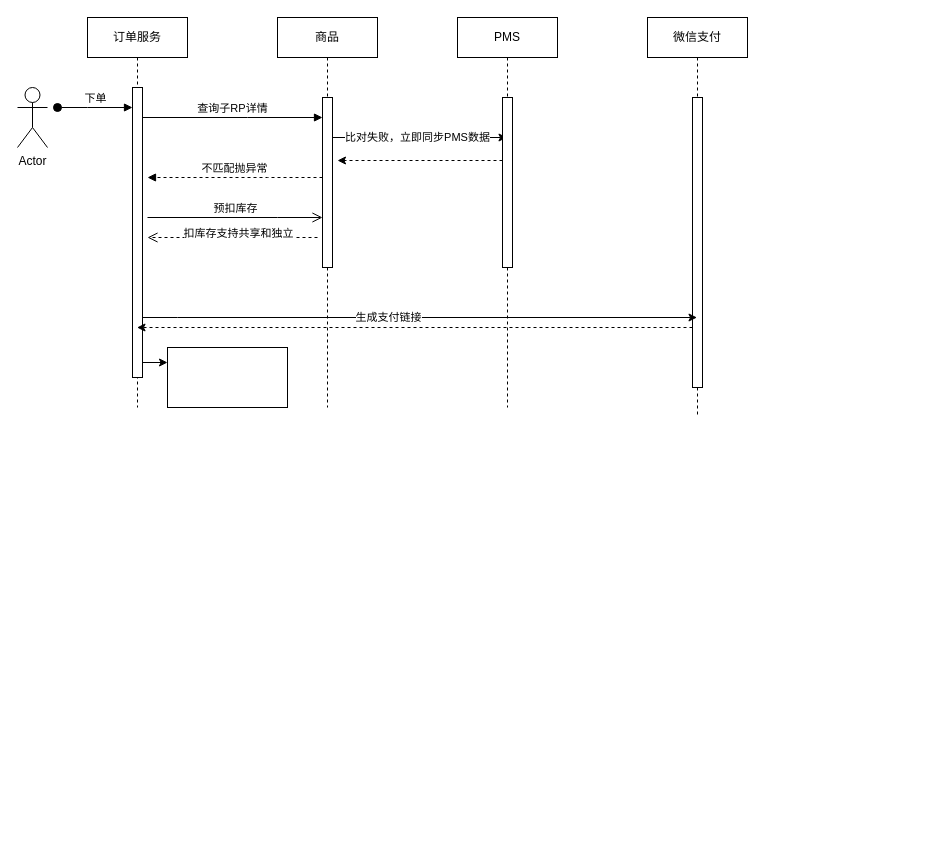
Earlier version of the draw.io diagram 酒店下单.drawio (scjakehuang/advanced-java). Source tidied: cells renumbered, new cells numbered last; positions are measured from the earlier drawing's top-left corner, leaving out a move shared by most shapes. Both pictures are drawn from the tidied source at 100%, with x=0, y=0 at pixel (17, 17).
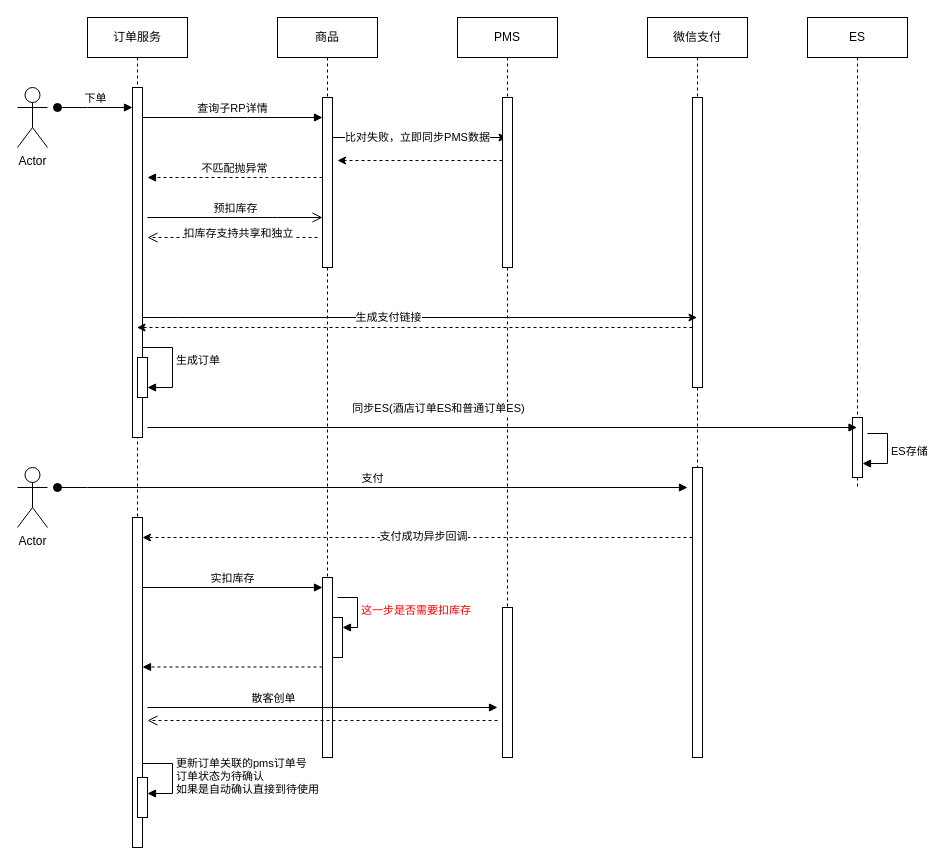
The same page after the edit.

Commit message (it also covers changes not shown here):
更新酒店下单.drawio

The edit, as a diff of the source:
```diff
@@
     <mxCell id="2" value="订单服务" style="shape=umlLifeline;perimeter=lifelinePerimeter;whiteSpace=wrap;html=1;outlineConnect=0;portConstraint=eastwest;newEdgeStyle={&quot;edgeStyle&quot;:&quot;elbowEdgeStyle&quot;,&quot;elbow&quot;:&quot;vertical&quot;,&quot;curved&quot;:0,&quot;rounded&quot;:0};" parent="1" vertex="1">
-      <mxGeometry x="70" width="100" height="390" as="geometry" />
+      <mxGeometry x="70" width="100" height="500" as="geometry" />
     </mxCell>
     <mxCell id="3" style="html=1;points=[];perimeter=orthogonalPerimeter;outlineConnect=0;targetShapes=umlLifeline;portConstraint=eastwest;newEdgeStyle={&quot;edgeStyle&quot;:&quot;elbowEdgeStyle&quot;,&quot;elbow&quot;:&quot;vertical&quot;,&quot;curved&quot;:0,&quot;rounded&quot;:0};" parent="2" vertex="1">
-      <mxGeometry x="45" y="70" width="10" height="290" as="geometry" />
+      <mxGeometry x="45" y="70" width="10" height="350" as="geometry" />
     </mxCell>
+    <mxCell id="24" style="html=1;points=[[0,0,0,0,5],[0,1,0,0,-5],[1,0,0,0,5],[1,1,0,0,-5]];perimeter=orthogonalPerimeter;outlineConnect=0;targetShapes=umlLifeline;portConstraint=eastwest;newEdgeStyle={&quot;curved&quot;:0,&quot;rounded&quot;:0};" parent="2" vertex="1">
+      <mxGeometry x="50" y="340" width="10" height="40" as="geometry" />
+    </mxCell>
+    <mxCell id="25" value="生成订单" style="html=1;align=left;spacingLeft=2;endArrow=block;rounded=0;edgeStyle=orthogonalEdgeStyle;curved=0;rounded=0;" parent="2" edge="1" target="24">
+      <mxGeometry relative="1" as="geometry">
+        <mxPoint x="55" y="340" as="sourcePoint" />
+        <Array as="points">
+          <mxPoint x="55" y="330" />
+          <mxPoint x="85" y="330" />
+          <mxPoint x="85" y="370" />
+        </Array>
+      </mxGeometry>
+    </mxCell>
@@
     <mxCell id="5" value="商品" style="shape=umlLifeline;perimeter=lifelinePerimeter;whiteSpace=wrap;html=1;outlineConnect=0;portConstraint=eastwest;newEdgeStyle={&quot;edgeStyle&quot;:&quot;elbowEdgeStyle&quot;,&quot;elbow&quot;:&quot;vertical&quot;,&quot;curved&quot;:0,&quot;rounded&quot;:0};" parent="1" vertex="1">
-      <mxGeometry x="260" width="100" height="390" as="geometry" />
+      <mxGeometry x="260" width="100" height="580" as="geometry" />
     </mxCell>
@@
     <mxCell id="12" value="PMS" style="shape=umlLifeline;perimeter=lifelinePerimeter;whiteSpace=wrap;html=1;outlineConnect=0;portConstraint=eastwest;newEdgeStyle={&quot;edgeStyle&quot;:&quot;elbowEdgeStyle&quot;,&quot;elbow&quot;:&quot;vertical&quot;,&quot;curved&quot;:0,&quot;rounded&quot;:0};" parent="1" vertex="1">
-      <mxGeometry x="440" width="100" height="390" as="geometry" />
+      <mxGeometry x="440" width="100" height="590" as="geometry" />
     </mxCell>
@@
     <mxCell id="16" value="微信支付" style="shape=umlLifeline;perimeter=lifelinePerimeter;whiteSpace=wrap;html=1;outlineConnect=0;portConstraint=eastwest;newEdgeStyle={&quot;edgeStyle&quot;:&quot;elbowEdgeStyle&quot;,&quot;elbow&quot;:&quot;vertical&quot;,&quot;curved&quot;:0,&quot;rounded&quot;:0};" parent="1" vertex="1">
-      <mxGeometry x="630" width="100" height="400" as="geometry" />
+      <mxGeometry x="630" width="100" height="450" as="geometry" />
     </mxCell>
@@
-    <mxCell id="22" style="whiteSpace=wrap;html=1;" parent="1" vertex="1">
-      <mxGeometry x="150" y="330" width="120" height="60" as="geometry" />
-    </mxCell>
-    <mxCell id="23" style="edgeStyle=elbowEdgeStyle;rounded=0;jettySize=auto;html=1;elbow=vertical;curved=0;" parent="1" edge="1" source="3" target="22">
-      <mxGeometry relative="1" as="geometry" />
-    </mxCell>
+    <mxCell id="26" value="Actor" style="shape=umlActor;verticalLabelPosition=bottom;verticalAlign=top;html=1;" parent="1" vertex="1">
+      <mxGeometry y="450" width="30" height="60" as="geometry" />
+    </mxCell>
+    <mxCell id="27" style="html=1;points=[];perimeter=orthogonalPerimeter;outlineConnect=0;targetShapes=umlLifeline;portConstraint=eastwest;newEdgeStyle={&quot;edgeStyle&quot;:&quot;elbowEdgeStyle&quot;,&quot;elbow&quot;:&quot;vertical&quot;,&quot;curved&quot;:0,&quot;rounded&quot;:0};" parent="1" vertex="1">
+      <mxGeometry x="115" y="500" width="10" height="330" as="geometry" />
+    </mxCell>
+    <mxCell id="28" value="支付" style="html=1;verticalAlign=bottom;startArrow=oval;endArrow=block;startSize=8;edgeStyle=elbowEdgeStyle;elbow=horizontal;curved=0;rounded=0;" parent="1" edge="1">
+      <mxGeometry relative="1" as="geometry">
+        <mxPoint x="40" y="470" as="sourcePoint" />
+        <mxPoint x="670" y="470" as="targetPoint" />
+        <Array as="points">
+          <mxPoint x="70" y="470" />
+        </Array>
+      </mxGeometry>
+    </mxCell>
+    <mxCell id="29" style="html=1;perimeter=orthogonalPerimeter;targetShapes=umlLifeline;newEdgeStyle={&quot;edgeStyle&quot;:&quot;elbowEdgeStyle&quot;,&quot;elbow&quot;:&quot;vertical&quot;,&quot;curved&quot;:0,&quot;rounded&quot;:0};" parent="1" vertex="1">
+      <mxGeometry x="305" y="560" width="10" height="180" as="geometry" />
+    </mxCell>
+    <mxCell id="30" style="html=1;perimeter=orthogonalPerimeter;targetShapes=umlLifeline;newEdgeStyle={&quot;edgeStyle&quot;:&quot;elbowEdgeStyle&quot;,&quot;elbow&quot;:&quot;vertical&quot;,&quot;curved&quot;:0,&quot;rounded&quot;:0};" parent="1" vertex="1">
+      <mxGeometry x="485" y="590" width="10" height="150" as="geometry" />
+    </mxCell>
+    <mxCell id="31" style="edgeStyle=elbowEdgeStyle;rounded=0;jettySize=auto;html=1;elbow=vertical;curved=0;dashed=1;" parent="1" edge="1" source="33" target="27">
+      <mxGeometry relative="1" as="geometry">
+        <Array as="points">
+          <mxPoint x="220" y="520" />
+          <mxPoint x="530" y="490" />
+          <mxPoint x="600" y="480" />
+        </Array>
+      </mxGeometry>
+    </mxCell>
+    <mxCell id="32" value="支付成功异步回调" style="edgeLabel;html=1;align=center;verticalAlign=middle;" parent="31" vertex="1">
+      <mxGeometry x="-0.02" y="-2" relative="1" as="geometry" />
+    </mxCell>
+    <mxCell id="33" style="html=1;points=[];perimeter=orthogonalPerimeter;outlineConnect=0;targetShapes=umlLifeline;portConstraint=eastwest;newEdgeStyle={&quot;edgeStyle&quot;:&quot;elbowEdgeStyle&quot;,&quot;elbow&quot;:&quot;vertical&quot;,&quot;curved&quot;:0,&quot;rounded&quot;:0};" parent="1" vertex="1">
+      <mxGeometry x="675" y="450" width="10" height="290" as="geometry" />
+    </mxCell>
+    <mxCell id="34" value="ES" style="shape=umlLifeline;perimeter=lifelinePerimeter;whiteSpace=wrap;html=1;outlineConnect=0;portConstraint=eastwest;newEdgeStyle={&quot;curved&quot;:0,&quot;rounded&quot;:0};" parent="1" vertex="1">
+      <mxGeometry x="790" width="100" height="470" as="geometry" />
+    </mxCell>
+    <mxCell id="35" style="html=1;perimeter=orthogonalPerimeter;targetShapes=umlLifeline;newEdgeStyle={&quot;curved&quot;:0,&quot;rounded&quot;:0};" parent="34" vertex="1">
+      <mxGeometry x="45" y="400" width="10" height="60" as="geometry" />
+    </mxCell>
+    <mxCell id="36" value="同步ES(酒店订单ES和普通订单ES)" style="html=1;verticalAlign=bottom;endArrow=block;curved=0;rounded=0;" parent="1" edge="1" target="34">
+      <mxGeometry x="-0.18" y="10" relative="1" as="geometry">
+        <mxPoint x="130" y="410" as="sourcePoint" />
+      </mxGeometry>
+    </mxCell>
+    <mxCell id="37" value="ES存储" style="html=1;align=left;spacingLeft=2;endArrow=block;rounded=0;edgeStyle=orthogonalEdgeStyle;curved=0;rounded=0;" parent="1" edge="1">
+      <mxGeometry x="0.01" relative="1" as="geometry">
+        <mxPoint x="850" y="416" as="sourcePoint" />
+        <mxPoint x="845" y="446" as="targetPoint" />
+        <Array as="points">
+          <mxPoint x="870" y="446" />
+        </Array>
+      </mxGeometry>
+    </mxCell>
+    <mxCell id="38" value="实扣库存" style="html=1;verticalAlign=bottom;endArrow=block;curved=0;rounded=0;" parent="1" edge="1">
+      <mxGeometry relative="1" as="geometry">
+        <mxPoint x="125" y="570" as="sourcePoint" />
+        <mxPoint x="305" y="570" as="targetPoint" />
+      </mxGeometry>
+    </mxCell>
+    <mxCell id="39" style="html=1;verticalAlign=bottom;endArrow=block;curved=0;rounded=0;dashed=1;" parent="1" edge="1">
+      <mxGeometry relative="1" as="geometry">
+        <mxPoint x="305" y="649.5" as="sourcePoint" />
+        <mxPoint x="125" y="649.5" as="targetPoint" />
+        <Array as="points">
+          <mxPoint x="270" y="649.5" />
+        </Array>
+      </mxGeometry>
+    </mxCell>
+    <mxCell id="40" style="html=1;points=[[0,0,0,0,5],[0,1,0,0,-5],[1,0,0,0,5],[1,1,0,0,-5]];perimeter=orthogonalPerimeter;outlineConnect=0;targetShapes=umlLifeline;portConstraint=eastwest;newEdgeStyle={&quot;curved&quot;:0,&quot;rounded&quot;:0};" parent="1" vertex="1">
+      <mxGeometry x="315" y="600" width="10" height="40" as="geometry" />
+    </mxCell>
+    <mxCell id="41" value="&lt;font color=&quot;#ff0000&quot;&gt;这一步是否需要扣库存&lt;/font&gt;" style="html=1;align=left;spacingLeft=2;endArrow=block;rounded=0;edgeStyle=orthogonalEdgeStyle;curved=0;rounded=0;" parent="1" edge="1" target="40">
+      <mxGeometry x="0.02" relative="1" as="geometry">
+        <mxPoint x="320" y="580" as="sourcePoint" />
+        <Array as="points">
+          <mxPoint x="340" y="610" />
+        </Array>
+      </mxGeometry>
+    </mxCell>
+    <mxCell id="42" value="散客创单" style="html=1;verticalAlign=bottom;endArrow=block;curved=0;rounded=0;" parent="1" edge="1">
+      <mxGeometry x="-0.28" relative="1" as="geometry">
+        <mxPoint x="130" y="690" as="sourcePoint" />
+        <mxPoint x="480" y="690" as="targetPoint" />
+      </mxGeometry>
+    </mxCell>
+    <mxCell id="43" style="html=1;verticalAlign=bottom;endArrow=open;dashed=1;endSize=8;curved=0;rounded=0;" parent="1" edge="1">
+      <mxGeometry relative="1" as="geometry">
+        <mxPoint x="480" y="703" as="sourcePoint" />
+        <mxPoint x="130" y="703" as="targetPoint" />
+      </mxGeometry>
+    </mxCell>
+    <mxCell id="44" style="html=1;perimeter=orthogonalPerimeter;targetShapes=umlLifeline;newEdgeStyle={&quot;curved&quot;:0,&quot;rounded&quot;:0};" parent="1" vertex="1">
+      <mxGeometry x="120" y="760" width="10" height="40" as="geometry" />
+    </mxCell>
+    <mxCell id="45" value="更新订单关联的pms订单号&lt;div&gt;订单状态为待确认&lt;/div&gt;&lt;div&gt;如果是自动确认直接到待使用&lt;/div&gt;" style="html=1;align=left;spacingLeft=2;endArrow=block;rounded=0;edgeStyle=orthogonalEdgeStyle;curved=0;rounded=0;" parent="1" edge="1">
+      <mxGeometry relative="1" as="geometry">
+        <mxPoint x="125" y="746" as="sourcePoint" />
+        <mxPoint x="130" y="776" as="targetPoint" />
+        <Array as="points">
+          <mxPoint x="155" y="776" />
+        </Array>
+      </mxGeometry>
+    </mxCell>
```
